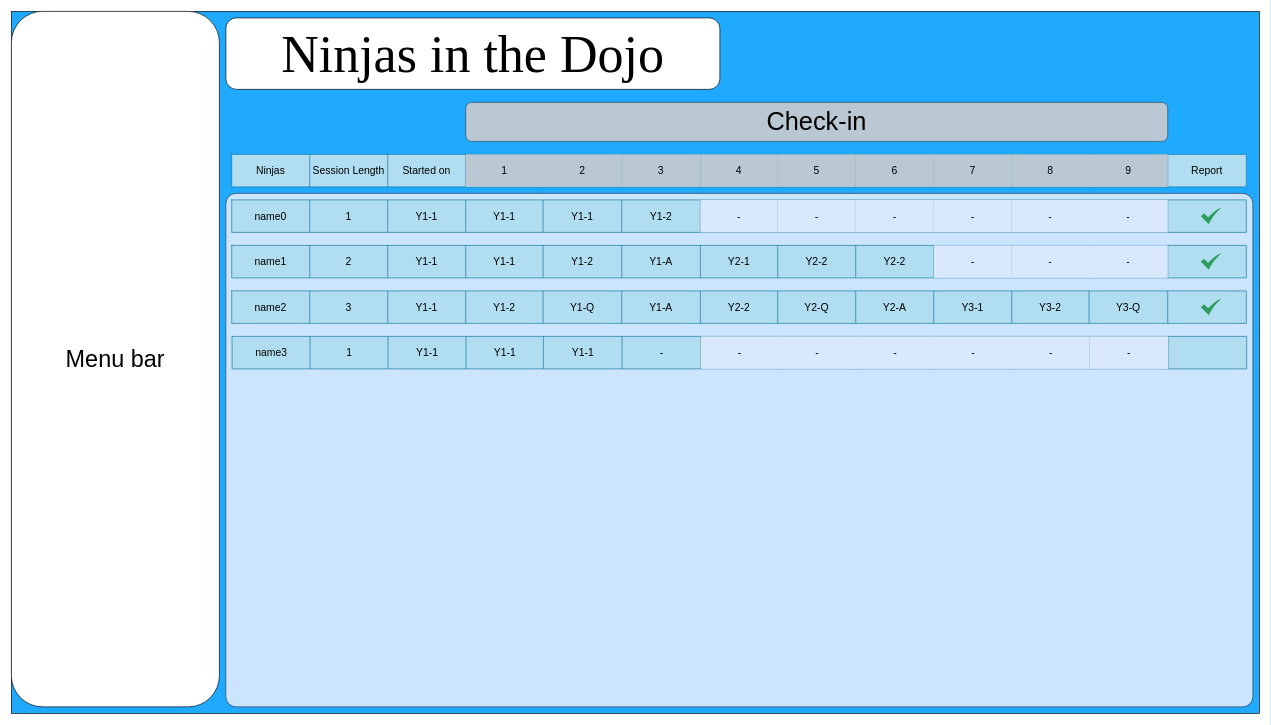
Above: Documentation/Diagrams/dojo.drawio in PaulSirois/CodeNinjas_sk_webapp (draw.io), before the change. Source tidied: cells renumbered, new cells numbered last; positions are measured from the earlier drawing's top-left corner, leaving out a move shared by most shapes. Both pictures are drawn from the tidied source at 65%, with x=0, y=0 at pixel (11, 11).
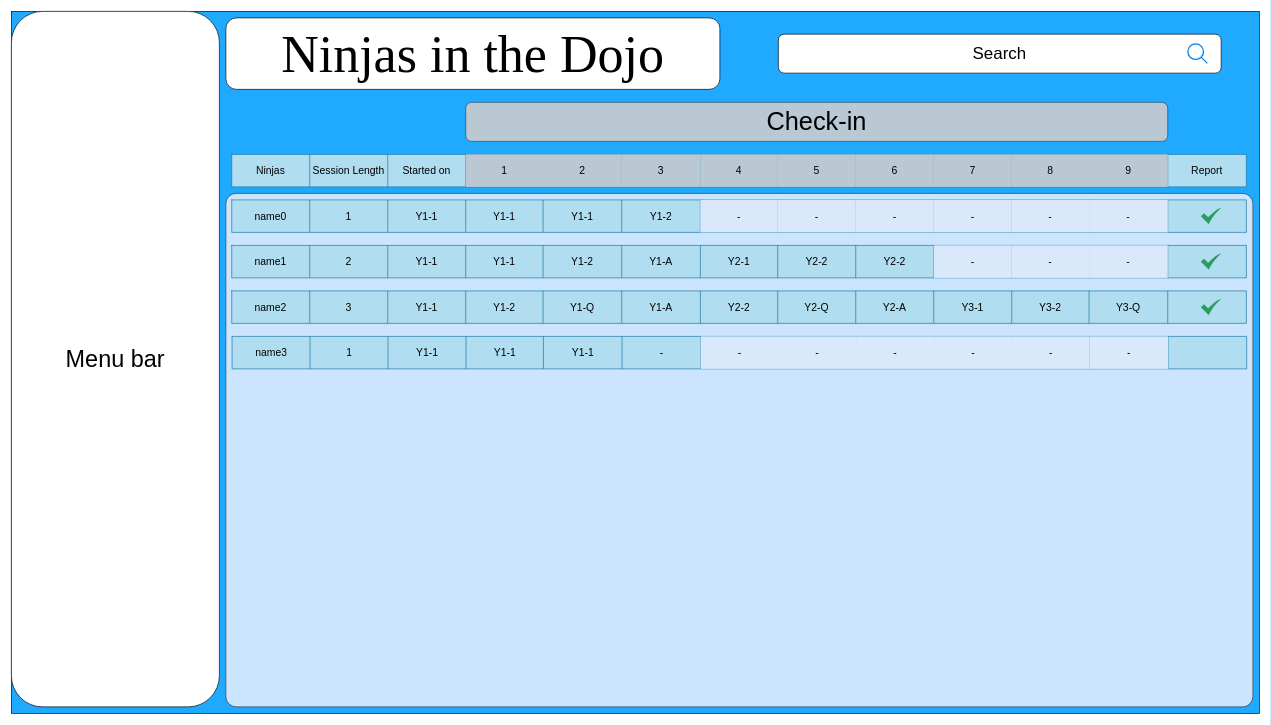
Above is the later version.

Diff of the diagram source:
```diff
@@
+    <mxCell id="85" value="&lt;font style=&quot;font-size: 26px;&quot;&gt;Search&lt;/font&gt;" style="rounded=1;whiteSpace=wrap;html=1;" parent="1" vertex="1">
+      <mxGeometry x="1180" y="35" width="681.2" height="60" as="geometry" />
+    </mxCell>
+    <mxCell id="86" style="html=1;verticalLabelPosition=bottom;align=center;labelBackgroundColor=#ffffff;verticalAlign=top;strokeWidth=2;strokeColor=#0080F0;shadow=0;dashed=0;shape=mxgraph.ios7.icons.looking_glass;" parent="1" vertex="1">
+      <mxGeometry x="1810" y="50" width="30" height="30" as="geometry" />
+    </mxCell>
```
